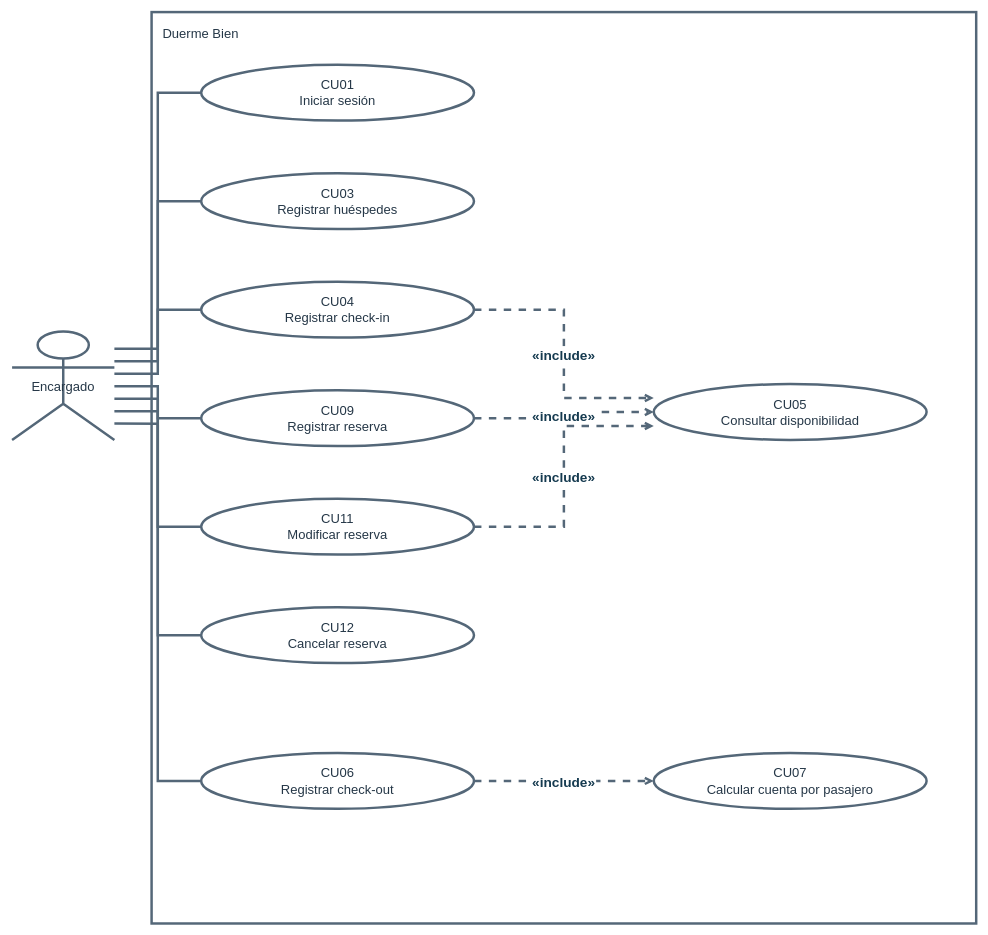
This is diagramas-editables/casos-de-uso.drawio from Yutre3/hotel-duerme-bien, a draw.io file, before an edit. Source tidied: cells renumbered, new cells numbered last; positions are measured from the earlier drawing's top-left corner, leaving out a move shared by most shapes. Both pictures are drawn from the tidied source at 62%, with x=0, y=0 at pixel (12, 12).
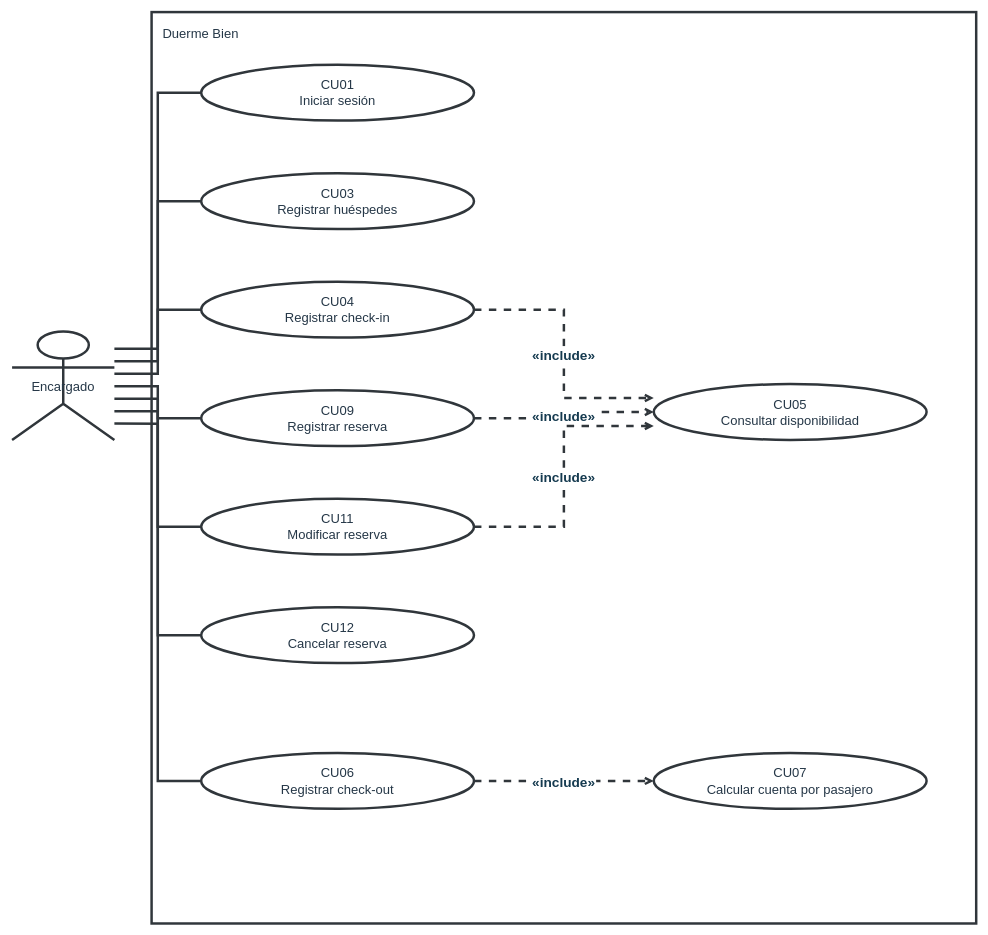
After the change.

Diff of the diagram source:
```diff
@@
-    <mxCell id="2" value="Duerme Bien" style="rounded=0;verticalAlign=top;align=left;spacing=18;html=0;whiteSpace=wrap;strokeColor=#546778;strokeWidth=4;fillColor=#ffffff;fontColor=#253747;fontSize=21;" parent="1" vertex="1">
+    <mxCell id="2" value="Duerme Bien" style="rounded=0;verticalAlign=top;align=left;spacing=18;html=0;whiteSpace=wrap;strokeColor=#30363b;strokeWidth=4;fillColor=#ffffff;fontColor=#253747;fontSize=21;" parent="1" vertex="1">
       <mxGeometry x="225" width="1330" height="1470" as="geometry" />
     </mxCell>
-    <mxCell id="3" value="Encargado" style="shape=umlActor;html=0;whiteSpace=wrap;strokeColor=#546778;strokeWidth=4;fillColor=#ffffff;fontColor=#253747;fontSize=21;" parent="1" vertex="1">
+    <mxCell id="3" value="Encargado" style="shape=umlActor;html=0;whiteSpace=wrap;strokeColor=#30363b;strokeWidth=4;fillColor=#ffffff;fontColor=#253747;fontSize=21;" parent="1" vertex="1">
       <mxGeometry y="515" width="165" height="175" as="geometry" />
     </mxCell>
-    <mxCell id="4" value="CU01&#10;Iniciar sesión" style="ellipse;html=0;whiteSpace=wrap;strokeColor=#546778;strokeWidth=4;fillColor=#ffffff;fontColor=#253747;fontSize=21;" parent="1" vertex="1">
+    <mxCell id="4" value="CU01&#10;Iniciar sesión" style="ellipse;html=0;whiteSpace=wrap;strokeColor=#30363b;strokeWidth=4;fillColor=#ffffff;fontColor=#253747;fontSize=21;" parent="1" vertex="1">
       <mxGeometry x="305" y="85" width="440" height="90" as="geometry" />
     </mxCell>
-    <mxCell id="5" value="CU03&#10;Registrar huéspedes" style="ellipse;html=0;whiteSpace=wrap;strokeColor=#546778;strokeWidth=4;fillColor=#ffffff;fontColor=#253747;fontSize=21;" parent="1" vertex="1">
+    <mxCell id="5" value="CU03&#10;Registrar huéspedes" style="ellipse;html=0;whiteSpace=wrap;strokeColor=#30363b;strokeWidth=4;fillColor=#ffffff;fontColor=#253747;fontSize=21;" parent="1" vertex="1">
       <mxGeometry x="305" y="260" width="440" height="90" as="geometry" />
     </mxCell>
-    <mxCell id="6" value="CU04&#10;Registrar check-in" style="ellipse;html=0;whiteSpace=wrap;strokeColor=#546778;strokeWidth=4;fillColor=#ffffff;fontColor=#253747;fontSize=21;" parent="1" vertex="1">
+    <mxCell id="6" value="CU04&#10;Registrar check-in" style="ellipse;html=0;whiteSpace=wrap;strokeColor=#30363b;strokeWidth=4;fillColor=#ffffff;fontColor=#253747;fontSize=21;" parent="1" vertex="1">
       <mxGeometry x="305" y="435" width="440" height="90" as="geometry" />
     </mxCell>
-    <mxCell id="7" value="CU09&#10;Registrar reserva" style="ellipse;html=0;whiteSpace=wrap;strokeColor=#546778;strokeWidth=4;fillColor=#ffffff;fontColor=#253747;fontSize=21;" parent="1" vertex="1">
+    <mxCell id="7" value="CU09&#10;Registrar reserva" style="ellipse;html=0;whiteSpace=wrap;strokeColor=#30363b;strokeWidth=4;fillColor=#ffffff;fontColor=#253747;fontSize=21;" parent="1" vertex="1">
       <mxGeometry x="305" y="610" width="440" height="90" as="geometry" />
     </mxCell>
-    <mxCell id="8" value="CU11&#10;Modificar reserva" style="ellipse;html=0;whiteSpace=wrap;strokeColor=#546778;strokeWidth=4;fillColor=#ffffff;fontColor=#253747;fontSize=21;" parent="1" vertex="1">
+    <mxCell id="8" value="CU11&#10;Modificar reserva" style="ellipse;html=0;whiteSpace=wrap;strokeColor=#30363b;strokeWidth=4;fillColor=#ffffff;fontColor=#253747;fontSize=21;" parent="1" vertex="1">
       <mxGeometry x="305" y="785" width="440" height="90" as="geometry" />
     </mxCell>
-    <mxCell id="9" value="CU12&#10;Cancelar reserva" style="ellipse;html=0;whiteSpace=wrap;strokeColor=#546778;strokeWidth=4;fillColor=#ffffff;fontColor=#253747;fontSize=21;" parent="1" vertex="1">
+    <mxCell id="9" value="CU12&#10;Cancelar reserva" style="ellipse;html=0;whiteSpace=wrap;strokeColor=#30363b;strokeWidth=4;fillColor=#ffffff;fontColor=#253747;fontSize=21;" parent="1" vertex="1">
       <mxGeometry x="305" y="960" width="440" height="90" as="geometry" />
     </mxCell>
-    <mxCell id="10" value="CU06&#10;Registrar check-out" style="ellipse;html=0;whiteSpace=wrap;strokeColor=#546778;strokeWidth=4;fillColor=#ffffff;fontColor=#253747;fontSize=21;" parent="1" vertex="1">
+    <mxCell id="10" value="CU06&#10;Registrar check-out" style="ellipse;html=0;whiteSpace=wrap;strokeColor=#30363b;strokeWidth=4;fillColor=#ffffff;fontColor=#253747;fontSize=21;" parent="1" vertex="1">
       <mxGeometry x="305" y="1195" width="440" height="90" as="geometry" />
     </mxCell>
-    <mxCell id="11" value="CU05&#10;Consultar disponibilidad" style="ellipse;html=0;whiteSpace=wrap;strokeColor=#546778;strokeWidth=4;fillColor=#ffffff;fontColor=#253747;fontSize=21;" parent="1" vertex="1">
+    <mxCell id="11" value="CU05&#10;Consultar disponibilidad" style="ellipse;html=0;whiteSpace=wrap;strokeColor=#30363b;strokeWidth=4;fillColor=#ffffff;fontColor=#253747;fontSize=21;" parent="1" vertex="1">
       <mxGeometry x="1035" y="600" width="440" height="90" as="geometry" />
     </mxCell>
-    <mxCell id="12" value="CU07&#10;Calcular cuenta por pasajero" style="ellipse;html=0;whiteSpace=wrap;strokeColor=#546778;strokeWidth=4;fillColor=#ffffff;fontColor=#253747;fontSize=21;" parent="1" vertex="1">
+    <mxCell id="12" value="CU07&#10;Calcular cuenta por pasajero" style="ellipse;html=0;whiteSpace=wrap;strokeColor=#30363b;strokeWidth=4;fillColor=#ffffff;fontColor=#253747;fontSize=21;" parent="1" vertex="1">
       <mxGeometry x="1035" y="1195" width="440" height="90" as="geometry" />
     </mxCell>
-    <mxCell id="13" style="html=0;edgeStyle=orthogonalEdgeStyle;jettySize=32;rounded=0;strokeWidth=4;strokeColor=#546778;fontSize=22;fontStyle=1;fontColor=#163b50;labelBackgroundColor=#ffffff;endArrow=none;endFill=0;startArrow=none;startFill=0;exitX=1;exitY=0.16;exitPerimeter=0;entryX=0;entryY=0.5;entryPerimeter=0;" parent="1" edge="1" source="3" target="4">
+    <mxCell id="13" style="html=0;edgeStyle=orthogonalEdgeStyle;jettySize=32;rounded=0;strokeWidth=4;strokeColor=#30363b;fontSize=22;fontStyle=1;fontColor=#163b50;labelBackgroundColor=#ffffff;endArrow=none;endFill=0;startArrow=none;startFill=0;exitX=1;exitY=0.16;exitPerimeter=0;entryX=0;entryY=0.5;entryPerimeter=0;" parent="1" edge="1" source="3" target="4">
       <mxGeometry relative="1" as="geometry" />
     </mxCell>
-    <mxCell id="14" style="html=0;edgeStyle=orthogonalEdgeStyle;jettySize=32;rounded=0;strokeWidth=4;strokeColor=#546778;fontSize=22;fontStyle=1;fontColor=#163b50;labelBackgroundColor=#ffffff;endArrow=none;endFill=0;startArrow=none;startFill=0;exitX=1;exitY=0.275;exitPerimeter=0;entryX=0;entryY=0.5;entryPerimeter=0;" parent="1" edge="1" source="3" target="5">
+    <mxCell id="14" style="html=0;edgeStyle=orthogonalEdgeStyle;jettySize=32;rounded=0;strokeWidth=4;strokeColor=#30363b;fontSize=22;fontStyle=1;fontColor=#163b50;labelBackgroundColor=#ffffff;endArrow=none;endFill=0;startArrow=none;startFill=0;exitX=1;exitY=0.275;exitPerimeter=0;entryX=0;entryY=0.5;entryPerimeter=0;" parent="1" edge="1" source="3" target="5">
       <mxGeometry relative="1" as="geometry" />
     </mxCell>
-    <mxCell id="15" style="html=0;edgeStyle=orthogonalEdgeStyle;jettySize=32;rounded=0;strokeWidth=4;strokeColor=#546778;fontSize=22;fontStyle=1;fontColor=#163b50;labelBackgroundColor=#ffffff;endArrow=none;endFill=0;startArrow=none;startFill=0;exitX=1;exitY=0.39;exitPerimeter=0;entryX=0;entryY=0.5;entryPerimeter=0;" parent="1" edge="1" source="3" target="6">
+    <mxCell id="15" style="html=0;edgeStyle=orthogonalEdgeStyle;jettySize=32;rounded=0;strokeWidth=4;strokeColor=#30363b;fontSize=22;fontStyle=1;fontColor=#163b50;labelBackgroundColor=#ffffff;endArrow=none;endFill=0;startArrow=none;startFill=0;exitX=1;exitY=0.39;exitPerimeter=0;entryX=0;entryY=0.5;entryPerimeter=0;" parent="1" edge="1" source="3" target="6">
       <mxGeometry relative="1" as="geometry" />
     </mxCell>
-    <mxCell id="16" style="html=0;edgeStyle=orthogonalEdgeStyle;jettySize=32;rounded=0;strokeWidth=4;strokeColor=#546778;fontSize=22;fontStyle=1;fontColor=#163b50;labelBackgroundColor=#ffffff;endArrow=none;endFill=0;startArrow=none;startFill=0;exitX=1;exitY=0.505;exitPerimeter=0;entryX=0;entryY=0.5;entryPerimeter=0;" parent="1" edge="1" source="3" target="7">
+    <mxCell id="16" style="html=0;edgeStyle=orthogonalEdgeStyle;jettySize=32;rounded=0;strokeWidth=4;strokeColor=#30363b;fontSize=22;fontStyle=1;fontColor=#163b50;labelBackgroundColor=#ffffff;endArrow=none;endFill=0;startArrow=none;startFill=0;exitX=1;exitY=0.505;exitPerimeter=0;entryX=0;entryY=0.5;entryPerimeter=0;" parent="1" edge="1" source="3" target="7">
       <mxGeometry relative="1" as="geometry" />
     </mxCell>
-    <mxCell id="17" style="html=0;edgeStyle=orthogonalEdgeStyle;jettySize=32;rounded=0;strokeWidth=4;strokeColor=#546778;fontSize=22;fontStyle=1;fontColor=#163b50;labelBackgroundColor=#ffffff;endArrow=none;endFill=0;startArrow=none;startFill=0;exitX=1;exitY=0.62;exitPerimeter=0;entryX=0;entryY=0.5;entryPerimeter=0;" parent="1" edge="1" source="3" target="8">
+    <mxCell id="17" style="html=0;edgeStyle=orthogonalEdgeStyle;jettySize=32;rounded=0;strokeWidth=4;strokeColor=#30363b;fontSize=22;fontStyle=1;fontColor=#163b50;labelBackgroundColor=#ffffff;endArrow=none;endFill=0;startArrow=none;startFill=0;exitX=1;exitY=0.62;exitPerimeter=0;entryX=0;entryY=0.5;entryPerimeter=0;" parent="1" edge="1" source="3" target="8">
       <mxGeometry relative="1" as="geometry" />
     </mxCell>
-    <mxCell id="18" style="html=0;edgeStyle=orthogonalEdgeStyle;jettySize=32;rounded=0;strokeWidth=4;strokeColor=#546778;fontSize=22;fontStyle=1;fontColor=#163b50;labelBackgroundColor=#ffffff;endArrow=none;endFill=0;startArrow=none;startFill=0;exitX=1;exitY=0.7350000000000001;exitPerimeter=0;entryX=0;entryY=0.5;entryPerimeter=0;" parent="1" edge="1" source="3" target="9">
+    <mxCell id="18" style="html=0;edgeStyle=orthogonalEdgeStyle;jettySize=32;rounded=0;strokeWidth=4;strokeColor=#30363b;fontSize=22;fontStyle=1;fontColor=#163b50;labelBackgroundColor=#ffffff;endArrow=none;endFill=0;startArrow=none;startFill=0;exitX=1;exitY=0.7350000000000001;exitPerimeter=0;entryX=0;entryY=0.5;entryPerimeter=0;" parent="1" edge="1" source="3" target="9">
       <mxGeometry relative="1" as="geometry" />
     </mxCell>
-    <mxCell id="19" style="html=0;edgeStyle=orthogonalEdgeStyle;jettySize=32;rounded=0;strokeWidth=4;strokeColor=#546778;fontSize=22;fontStyle=1;fontColor=#163b50;labelBackgroundColor=#ffffff;endArrow=none;endFill=0;startArrow=none;startFill=0;exitX=1;exitY=0.8500000000000001;exitPerimeter=0;entryX=0;entryY=0.5;entryPerimeter=0;" parent="1" edge="1" source="3" target="10">
+    <mxCell id="19" style="html=0;edgeStyle=orthogonalEdgeStyle;jettySize=32;rounded=0;strokeWidth=4;strokeColor=#30363b;fontSize=22;fontStyle=1;fontColor=#163b50;labelBackgroundColor=#ffffff;endArrow=none;endFill=0;startArrow=none;startFill=0;exitX=1;exitY=0.8500000000000001;exitPerimeter=0;entryX=0;entryY=0.5;entryPerimeter=0;" parent="1" edge="1" source="3" target="10">
       <mxGeometry relative="1" as="geometry" />
     </mxCell>
-    <mxCell id="20" value="«include»" style="html=0;edgeStyle=orthogonalEdgeStyle;jettySize=32;rounded=0;strokeWidth=4;strokeColor=#546778;fontSize=22;fontStyle=1;fontColor=#163b50;labelBackgroundColor=#ffffff;endArrow=open;endFill=0;startArrow=none;startFill=0;exitX=1;exitY=0.5;exitPerimeter=0;entryX=0;entryY=0.25;entryPerimeter=0;dashed=1;" parent="1" edge="1" source="6" target="11">
+    <mxCell id="20" value="«include»" style="html=0;edgeStyle=orthogonalEdgeStyle;jettySize=32;rounded=0;strokeWidth=4;strokeColor=#30363b;fontSize=22;fontStyle=1;fontColor=#163b50;labelBackgroundColor=#ffffff;endArrow=open;endFill=0;startArrow=none;startFill=0;exitX=1;exitY=0.5;exitPerimeter=0;entryX=0;entryY=0.25;entryPerimeter=0;dashed=1;" parent="1" edge="1" source="6" target="11">
       <mxGeometry relative="1" as="geometry" />
     </mxCell>
-    <mxCell id="21" value="«include»" style="html=0;edgeStyle=orthogonalEdgeStyle;jettySize=32;rounded=0;strokeWidth=4;strokeColor=#546778;fontSize=22;fontStyle=1;fontColor=#163b50;labelBackgroundColor=#ffffff;endArrow=open;endFill=0;startArrow=none;startFill=0;exitX=1;exitY=0.5;exitPerimeter=0;entryX=0;entryY=0.5;entryPerimeter=0;dashed=1;" parent="1" edge="1" source="7" target="11">
+    <mxCell id="21" value="«include»" style="html=0;edgeStyle=orthogonalEdgeStyle;jettySize=32;rounded=0;strokeWidth=4;strokeColor=#30363b;fontSize=22;fontStyle=1;fontColor=#163b50;labelBackgroundColor=#ffffff;endArrow=open;endFill=0;startArrow=none;startFill=0;exitX=1;exitY=0.5;exitPerimeter=0;entryX=0;entryY=0.5;entryPerimeter=0;dashed=1;" parent="1" edge="1" source="7" target="11">
       <mxGeometry relative="1" as="geometry" />
     </mxCell>
-    <mxCell id="22" value="«include»" style="html=0;edgeStyle=orthogonalEdgeStyle;jettySize=32;rounded=0;strokeWidth=4;strokeColor=#546778;fontSize=22;fontStyle=1;fontColor=#163b50;labelBackgroundColor=#ffffff;endArrow=open;endFill=0;startArrow=none;startFill=0;exitX=1;exitY=0.5;exitPerimeter=0;entryX=0;entryY=0.75;entryPerimeter=0;dashed=1;" parent="1" edge="1" source="8" target="11">
+    <mxCell id="22" value="«include»" style="html=0;edgeStyle=orthogonalEdgeStyle;jettySize=32;rounded=0;strokeWidth=4;strokeColor=#30363b;fontSize=22;fontStyle=1;fontColor=#163b50;labelBackgroundColor=#ffffff;endArrow=open;endFill=0;startArrow=none;startFill=0;exitX=1;exitY=0.5;exitPerimeter=0;entryX=0;entryY=0.75;entryPerimeter=0;dashed=1;" parent="1" edge="1" source="8" target="11">
       <mxGeometry relative="1" as="geometry" />
     </mxCell>
-    <mxCell id="23" value="«include»" style="html=0;edgeStyle=orthogonalEdgeStyle;jettySize=32;rounded=0;strokeWidth=4;strokeColor=#546778;fontSize=22;fontStyle=1;fontColor=#163b50;labelBackgroundColor=#ffffff;endArrow=open;endFill=0;startArrow=none;startFill=0;exitX=1;exitY=0.5;exitPerimeter=0;entryX=0;entryY=0.5;entryPerimeter=0;dashed=1;" parent="1" edge="1" source="10" target="12">
+    <mxCell id="23" value="«include»" style="html=0;edgeStyle=orthogonalEdgeStyle;jettySize=32;rounded=0;strokeWidth=4;strokeColor=#30363b;fontSize=22;fontStyle=1;fontColor=#163b50;labelBackgroundColor=#ffffff;endArrow=open;endFill=0;startArrow=none;startFill=0;exitX=1;exitY=0.5;exitPerimeter=0;entryX=0;entryY=0.5;entryPerimeter=0;dashed=1;" parent="1" edge="1" source="10" target="12">
       <mxGeometry relative="1" as="geometry" />
     </mxCell>
```
